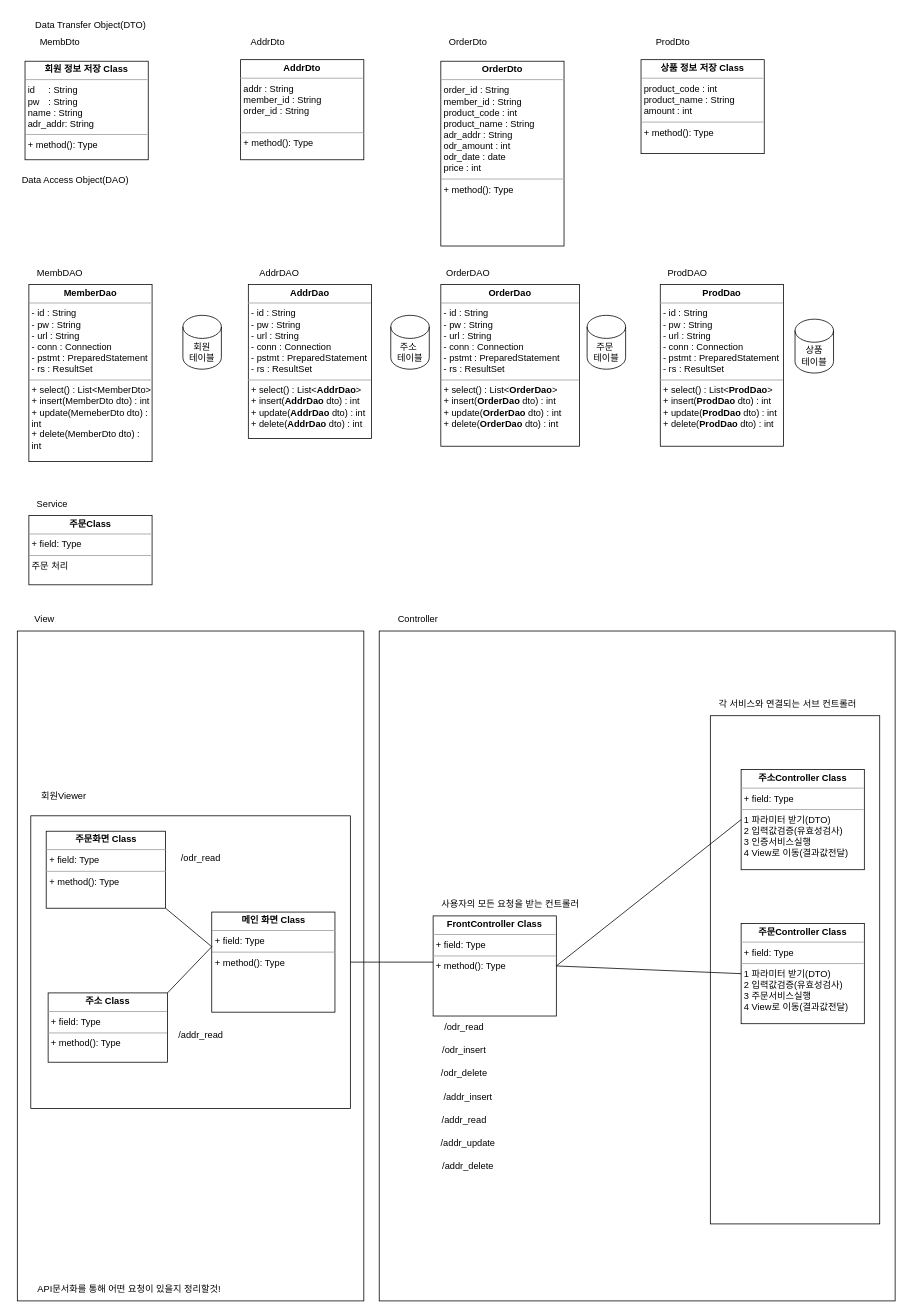
Above: page "ClassDiagram" (5 of 7) of ToyProject.drawio in jaemin94/Team_Project (draw.io), before the change. Source tidied: cells renumbered, new cells numbered last; positions are measured from the earlier drawing's top-left corner, leaving out a move shared by most shapes. Both pictures are drawn from the tidied source at 77%, with x=0, y=0 at pixel (13, 13).
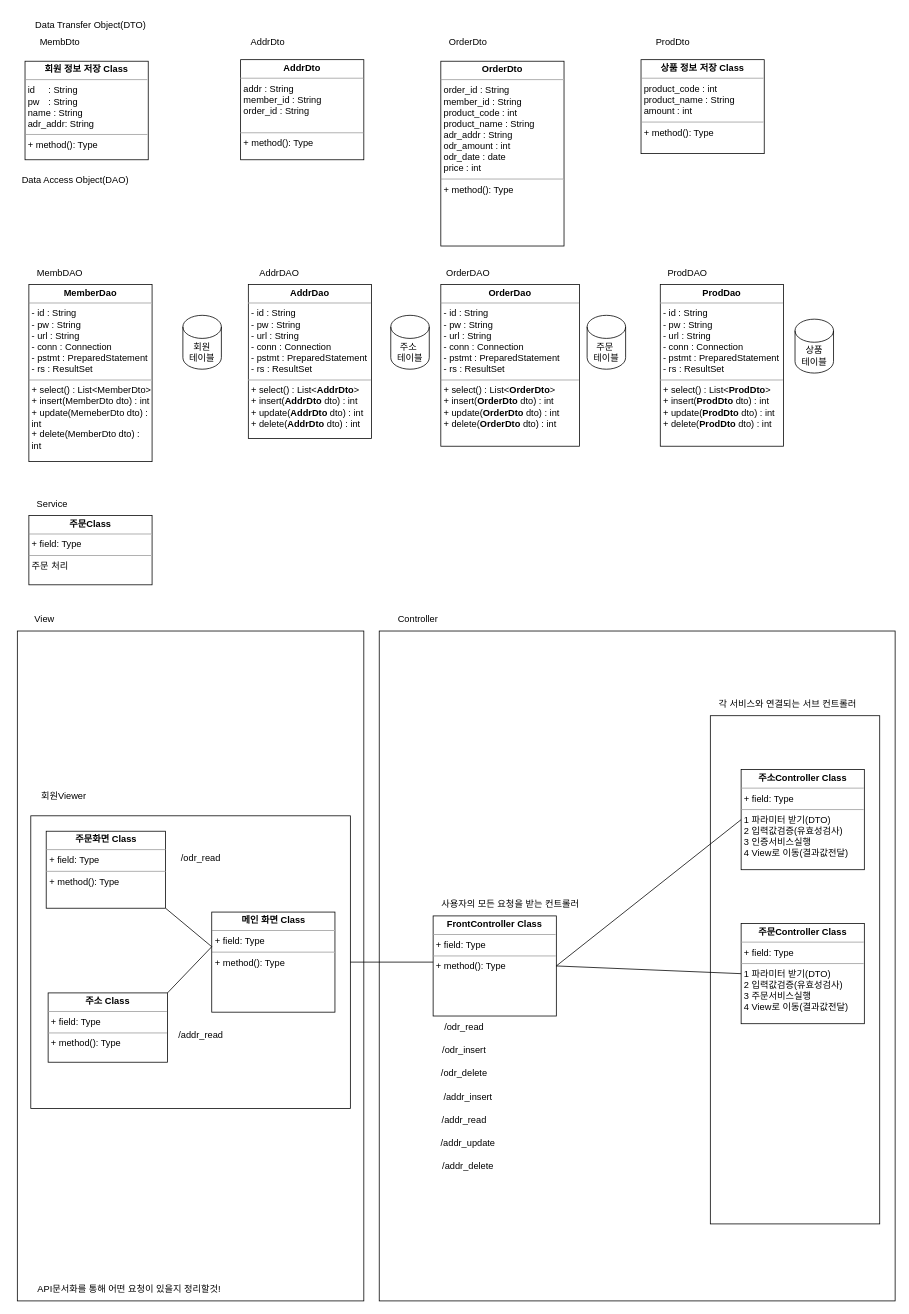
Above is the later version.

Change to the diagram source:
```diff
@@
-    <mxCell id="14" value="&lt;p style=&quot;border-color: var(--border-color); margin: 4px 0px 0px; text-align: center;&quot;&gt;&lt;b style=&quot;border-color: var(--border-color);&quot;&gt;AddrDao&lt;/b&gt;&lt;/p&gt;&lt;hr style=&quot;border-color: var(--border-color);&quot; size=&quot;1&quot;&gt;&lt;p style=&quot;border-color: var(--border-color); margin: 0px 0px 0px 4px;&quot;&gt;- id : String&lt;/p&gt;&lt;p style=&quot;border-color: var(--border-color); margin: 0px 0px 0px 4px;&quot;&gt;- pw : String&lt;/p&gt;&lt;p style=&quot;border-color: var(--border-color); margin: 0px 0px 0px 4px;&quot;&gt;- url : String&lt;/p&gt;&lt;p style=&quot;border-color: var(--border-color); margin: 0px 0px 0px 4px;&quot;&gt;- conn : Connection&lt;/p&gt;&lt;p style=&quot;border-color: var(--border-color); margin: 0px 0px 0px 4px;&quot;&gt;- pstmt : PreparedStatement&lt;/p&gt;&lt;p style=&quot;border-color: var(--border-color); margin: 0px 0px 0px 4px;&quot;&gt;- rs : ResultSet&lt;/p&gt;&lt;hr style=&quot;border-color: var(--border-color);&quot; size=&quot;1&quot;&gt;&lt;p style=&quot;border-color: var(--border-color); margin: 0px 0px 0px 4px;&quot;&gt;+ select() : List&amp;lt;&lt;b style=&quot;border-color: var(--border-color); text-align: center;&quot;&gt;AddrDao&lt;/b&gt;&amp;gt;&lt;/p&gt;&lt;p style=&quot;border-color: var(--border-color); margin: 0px 0px 0px 4px;&quot;&gt;+ insert(&lt;b style=&quot;border-color: var(--border-color); text-align: center;&quot;&gt;AddrDao&amp;nbsp;&lt;/b&gt;dto) : int&lt;/p&gt;&lt;p style=&quot;border-color: var(--border-color); margin: 0px 0px 0px 4px;&quot;&gt;+ update(&lt;b style=&quot;border-color: var(--border-color); text-align: center;&quot;&gt;AddrDao&amp;nbsp;&lt;/b&gt;dto) : int&amp;nbsp;&lt;/p&gt;&lt;p style=&quot;border-color: var(--border-color); margin: 0px 0px 0px 4px;&quot;&gt;+ delete(&lt;b style=&quot;border-color: var(--border-color); text-align: center;&quot;&gt;AddrDao&amp;nbsp;&lt;/b&gt;dto) : int&lt;/p&gt;" style="verticalAlign=top;align=left;overflow=fill;fontSize=12;fontFamily=Helvetica;html=1;whiteSpace=wrap;" parent="1" vertex="1">
+    <mxCell id="14" value="&lt;p style=&quot;border-color: var(--border-color); margin: 4px 0px 0px; text-align: center;&quot;&gt;&lt;b style=&quot;border-color: var(--border-color);&quot;&gt;AddrDao&lt;/b&gt;&lt;/p&gt;&lt;hr style=&quot;border-color: var(--border-color);&quot; size=&quot;1&quot;&gt;&lt;p style=&quot;border-color: var(--border-color); margin: 0px 0px 0px 4px;&quot;&gt;- id : String&lt;/p&gt;&lt;p style=&quot;border-color: var(--border-color); margin: 0px 0px 0px 4px;&quot;&gt;- pw : String&lt;/p&gt;&lt;p style=&quot;border-color: var(--border-color); margin: 0px 0px 0px 4px;&quot;&gt;- url : String&lt;/p&gt;&lt;p style=&quot;border-color: var(--border-color); margin: 0px 0px 0px 4px;&quot;&gt;- conn : Connection&lt;/p&gt;&lt;p style=&quot;border-color: var(--border-color); margin: 0px 0px 0px 4px;&quot;&gt;- pstmt : PreparedStatement&lt;/p&gt;&lt;p style=&quot;border-color: var(--border-color); margin: 0px 0px 0px 4px;&quot;&gt;- rs : ResultSet&lt;/p&gt;&lt;hr style=&quot;border-color: var(--border-color);&quot; size=&quot;1&quot;&gt;&lt;p style=&quot;border-color: var(--border-color); margin: 0px 0px 0px 4px;&quot;&gt;+ select() : List&amp;lt;&lt;b style=&quot;border-color: var(--border-color); text-align: center;&quot;&gt;AddrDto&lt;/b&gt;&amp;gt;&lt;/p&gt;&lt;p style=&quot;border-color: var(--border-color); margin: 0px 0px 0px 4px;&quot;&gt;+ insert(&lt;b style=&quot;border-color: var(--border-color); text-align: center;&quot;&gt;AddrDto&amp;nbsp;&lt;/b&gt;dto) : int&lt;/p&gt;&lt;p style=&quot;border-color: var(--border-color); margin: 0px 0px 0px 4px;&quot;&gt;+ update(&lt;b style=&quot;border-color: var(--border-color); text-align: center;&quot;&gt;AddrDto&amp;nbsp;&lt;/b&gt;dto) : int&amp;nbsp;&lt;/p&gt;&lt;p style=&quot;border-color: var(--border-color); margin: 0px 0px 0px 4px;&quot;&gt;+ delete(&lt;b style=&quot;border-color: var(--border-color); text-align: center;&quot;&gt;AddrDto&amp;nbsp;&lt;/b&gt;dto) : int&lt;/p&gt;" style="verticalAlign=top;align=left;overflow=fill;fontSize=12;fontFamily=Helvetica;html=1;whiteSpace=wrap;" parent="1" vertex="1">
       <mxGeometry x="305" y="352" width="160" height="200" as="geometry" />
     </mxCell>
@@
-    <mxCell id="16" value="&lt;p style=&quot;border-color: var(--border-color); margin: 4px 0px 0px; text-align: center;&quot;&gt;&lt;b style=&quot;border-color: var(--border-color);&quot;&gt;OrderDao&lt;/b&gt;&lt;/p&gt;&lt;hr style=&quot;border-color: var(--border-color);&quot; size=&quot;1&quot;&gt;&lt;p style=&quot;border-color: var(--border-color); margin: 0px 0px 0px 4px;&quot;&gt;- id : String&lt;/p&gt;&lt;p style=&quot;border-color: var(--border-color); margin: 0px 0px 0px 4px;&quot;&gt;- pw : String&lt;/p&gt;&lt;p style=&quot;border-color: var(--border-color); margin: 0px 0px 0px 4px;&quot;&gt;- url : String&lt;/p&gt;&lt;p style=&quot;border-color: var(--border-color); margin: 0px 0px 0px 4px;&quot;&gt;- conn : Connection&lt;/p&gt;&lt;p style=&quot;border-color: var(--border-color); margin: 0px 0px 0px 4px;&quot;&gt;- pstmt : PreparedStatement&lt;/p&gt;&lt;p style=&quot;border-color: var(--border-color); margin: 0px 0px 0px 4px;&quot;&gt;- rs : ResultSet&lt;/p&gt;&lt;hr style=&quot;border-color: var(--border-color);&quot; size=&quot;1&quot;&gt;&lt;p style=&quot;border-color: var(--border-color); margin: 0px 0px 0px 4px;&quot;&gt;+ select() : List&amp;lt;&lt;b style=&quot;border-color: var(--border-color); text-align: center;&quot;&gt;OrderDao&lt;/b&gt;&lt;span style=&quot;background-color: initial;&quot;&gt;&amp;gt;&lt;/span&gt;&lt;/p&gt;&lt;p style=&quot;border-color: var(--border-color); margin: 0px 0px 0px 4px;&quot;&gt;+ insert(&lt;b style=&quot;border-color: var(--border-color); text-align: center;&quot;&gt;OrderDao&amp;nbsp;&lt;/b&gt;&lt;span style=&quot;background-color: initial;&quot;&gt;dto) : int&lt;/span&gt;&lt;/p&gt;&lt;p style=&quot;border-color: var(--border-color); margin: 0px 0px 0px 4px;&quot;&gt;+ update(&lt;b style=&quot;border-color: var(--border-color); text-align: center;&quot;&gt;OrderDao&amp;nbsp;&lt;/b&gt;&lt;span style=&quot;background-color: initial;&quot;&gt;dto) : int&amp;nbsp;&lt;/span&gt;&lt;/p&gt;&lt;p style=&quot;border-color: var(--border-color); margin: 0px 0px 0px 4px;&quot;&gt;+ delete(&lt;b style=&quot;border-color: var(--border-color); text-align: center;&quot;&gt;OrderDao&amp;nbsp;&lt;/b&gt;&lt;span style=&quot;background-color: initial;&quot;&gt;dto) : int&lt;/span&gt;&lt;/p&gt;" style="verticalAlign=top;align=left;overflow=fill;fontSize=12;fontFamily=Helvetica;html=1;whiteSpace=wrap;" parent="1" vertex="1">
+    <mxCell id="16" value="&lt;p style=&quot;border-color: var(--border-color); margin: 4px 0px 0px; text-align: center;&quot;&gt;&lt;b style=&quot;border-color: var(--border-color);&quot;&gt;OrderDao&lt;/b&gt;&lt;/p&gt;&lt;hr style=&quot;border-color: var(--border-color);&quot; size=&quot;1&quot;&gt;&lt;p style=&quot;border-color: var(--border-color); margin: 0px 0px 0px 4px;&quot;&gt;- id : String&lt;/p&gt;&lt;p style=&quot;border-color: var(--border-color); margin: 0px 0px 0px 4px;&quot;&gt;- pw : String&lt;/p&gt;&lt;p style=&quot;border-color: var(--border-color); margin: 0px 0px 0px 4px;&quot;&gt;- url : String&lt;/p&gt;&lt;p style=&quot;border-color: var(--border-color); margin: 0px 0px 0px 4px;&quot;&gt;- conn : Connection&lt;/p&gt;&lt;p style=&quot;border-color: var(--border-color); margin: 0px 0px 0px 4px;&quot;&gt;- pstmt : PreparedStatement&lt;/p&gt;&lt;p style=&quot;border-color: var(--border-color); margin: 0px 0px 0px 4px;&quot;&gt;- rs : ResultSet&lt;/p&gt;&lt;hr style=&quot;border-color: var(--border-color);&quot; size=&quot;1&quot;&gt;&lt;p style=&quot;border-color: var(--border-color); margin: 0px 0px 0px 4px;&quot;&gt;+ select() : List&amp;lt;&lt;b style=&quot;border-color: var(--border-color); text-align: center;&quot;&gt;OrderDto&lt;/b&gt;&lt;span style=&quot;background-color: initial;&quot;&gt;&amp;gt;&lt;/span&gt;&lt;/p&gt;&lt;p style=&quot;border-color: var(--border-color); margin: 0px 0px 0px 4px;&quot;&gt;+ insert(&lt;b style=&quot;border-color: var(--border-color); text-align: center;&quot;&gt;OrderDto&amp;nbsp;&lt;/b&gt;&lt;span style=&quot;background-color: initial;&quot;&gt;dto) : int&lt;/span&gt;&lt;/p&gt;&lt;p style=&quot;border-color: var(--border-color); margin: 0px 0px 0px 4px;&quot;&gt;+ update(&lt;b style=&quot;border-color: var(--border-color); text-align: center;&quot;&gt;OrderDto&amp;nbsp;&lt;/b&gt;&lt;span style=&quot;background-color: initial;&quot;&gt;dto) : int&amp;nbsp;&lt;/span&gt;&lt;/p&gt;&lt;p style=&quot;border-color: var(--border-color); margin: 0px 0px 0px 4px;&quot;&gt;+ delete(&lt;b style=&quot;border-color: var(--border-color); text-align: center;&quot;&gt;OrderDto&amp;nbsp;&lt;/b&gt;&lt;span style=&quot;background-color: initial;&quot;&gt;dto) : int&lt;/span&gt;&lt;/p&gt;" style="verticalAlign=top;align=left;overflow=fill;fontSize=12;fontFamily=Helvetica;html=1;whiteSpace=wrap;" parent="1" vertex="1">
       <mxGeometry x="555" y="352" width="180" height="210" as="geometry" />
     </mxCell>
@@
-    <mxCell id="53" value="&lt;p style=&quot;border-color: var(--border-color); margin: 4px 0px 0px; text-align: center;&quot;&gt;&lt;b style=&quot;border-color: var(--border-color);&quot;&gt;ProdDao&lt;/b&gt;&lt;/p&gt;&lt;hr style=&quot;border-color: var(--border-color);&quot; size=&quot;1&quot;&gt;&lt;p style=&quot;border-color: var(--border-color); margin: 0px 0px 0px 4px;&quot;&gt;- id : String&lt;/p&gt;&lt;p style=&quot;border-color: var(--border-color); margin: 0px 0px 0px 4px;&quot;&gt;- pw : String&lt;/p&gt;&lt;p style=&quot;border-color: var(--border-color); margin: 0px 0px 0px 4px;&quot;&gt;- url : String&lt;/p&gt;&lt;p style=&quot;border-color: var(--border-color); margin: 0px 0px 0px 4px;&quot;&gt;- conn : Connection&lt;/p&gt;&lt;p style=&quot;border-color: var(--border-color); margin: 0px 0px 0px 4px;&quot;&gt;- pstmt : PreparedStatement&lt;/p&gt;&lt;p style=&quot;border-color: var(--border-color); margin: 0px 0px 0px 4px;&quot;&gt;- rs : ResultSet&lt;/p&gt;&lt;hr style=&quot;border-color: var(--border-color);&quot; size=&quot;1&quot;&gt;&lt;p style=&quot;border-color: var(--border-color); margin: 0px 0px 0px 4px;&quot;&gt;+ select() : List&amp;lt;&lt;b style=&quot;border-color: var(--border-color); text-align: center;&quot;&gt;ProdDao&lt;/b&gt;&amp;gt;&lt;/p&gt;&lt;p style=&quot;border-color: var(--border-color); margin: 0px 0px 0px 4px;&quot;&gt;+ insert(&lt;b style=&quot;border-color: var(--border-color); text-align: center;&quot;&gt;ProdDao&amp;nbsp;&lt;/b&gt;dto) : int&lt;/p&gt;&lt;p style=&quot;border-color: var(--border-color); margin: 0px 0px 0px 4px;&quot;&gt;+ update(&lt;b style=&quot;border-color: var(--border-color); text-align: center;&quot;&gt;ProdDao&amp;nbsp;&lt;/b&gt;dto) : int&amp;nbsp;&lt;/p&gt;&lt;p style=&quot;border-color: var(--border-color); margin: 0px 0px 0px 4px;&quot;&gt;+ delete(&lt;b style=&quot;border-color: var(--border-color); text-align: center;&quot;&gt;ProdDao&amp;nbsp;&lt;/b&gt;dto) : int&lt;/p&gt;" style="verticalAlign=top;align=left;overflow=fill;fontSize=12;fontFamily=Helvetica;html=1;whiteSpace=wrap;" parent="1" vertex="1">
+    <mxCell id="53" value="&lt;p style=&quot;border-color: var(--border-color); margin: 4px 0px 0px; text-align: center;&quot;&gt;&lt;b style=&quot;border-color: var(--border-color);&quot;&gt;ProdDao&lt;/b&gt;&lt;/p&gt;&lt;hr style=&quot;border-color: var(--border-color);&quot; size=&quot;1&quot;&gt;&lt;p style=&quot;border-color: var(--border-color); margin: 0px 0px 0px 4px;&quot;&gt;- id : String&lt;/p&gt;&lt;p style=&quot;border-color: var(--border-color); margin: 0px 0px 0px 4px;&quot;&gt;- pw : String&lt;/p&gt;&lt;p style=&quot;border-color: var(--border-color); margin: 0px 0px 0px 4px;&quot;&gt;- url : String&lt;/p&gt;&lt;p style=&quot;border-color: var(--border-color); margin: 0px 0px 0px 4px;&quot;&gt;- conn : Connection&lt;/p&gt;&lt;p style=&quot;border-color: var(--border-color); margin: 0px 0px 0px 4px;&quot;&gt;- pstmt : PreparedStatement&lt;/p&gt;&lt;p style=&quot;border-color: var(--border-color); margin: 0px 0px 0px 4px;&quot;&gt;- rs : ResultSet&lt;/p&gt;&lt;hr style=&quot;border-color: var(--border-color);&quot; size=&quot;1&quot;&gt;&lt;p style=&quot;border-color: var(--border-color); margin: 0px 0px 0px 4px;&quot;&gt;+ select() : List&amp;lt;&lt;b style=&quot;border-color: var(--border-color); text-align: center;&quot;&gt;ProdDto&lt;/b&gt;&amp;gt;&lt;/p&gt;&lt;p style=&quot;border-color: var(--border-color); margin: 0px 0px 0px 4px;&quot;&gt;+ insert(&lt;b style=&quot;border-color: var(--border-color); text-align: center;&quot;&gt;ProdDto&amp;nbsp;&lt;/b&gt;dto) : int&lt;/p&gt;&lt;p style=&quot;border-color: var(--border-color); margin: 0px 0px 0px 4px;&quot;&gt;+ update(&lt;b style=&quot;border-color: var(--border-color); text-align: center;&quot;&gt;ProdDto&amp;nbsp;&lt;/b&gt;dto) : int&amp;nbsp;&lt;/p&gt;&lt;p style=&quot;border-color: var(--border-color); margin: 0px 0px 0px 4px;&quot;&gt;+ delete(&lt;b style=&quot;border-color: var(--border-color); text-align: center;&quot;&gt;ProdDto&amp;nbsp;&lt;/b&gt;dto) : int&lt;/p&gt;" style="verticalAlign=top;align=left;overflow=fill;fontSize=12;fontFamily=Helvetica;html=1;whiteSpace=wrap;" parent="1" vertex="1">
       <mxGeometry x="840" y="352" width="160" height="210" as="geometry" />
     </mxCell>
```
